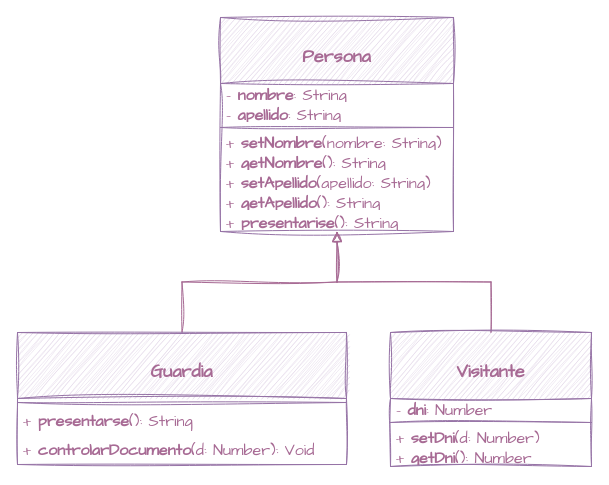
This is bootsrap/src/Ejercicios POO/8_12_guardia_visitante/11_persona_guardia_visitante.drawio from Elianayc/Typescript, a draw.io file, before an edit. Source tidied: cells renumbered, new cells numbered last; positions are measured from the earlier drawing's top-left corner, leaving out a move shared by most shapes. Both pictures are drawn from the tidied source at 100%, with x=0, y=0 at pixel (17, 17).
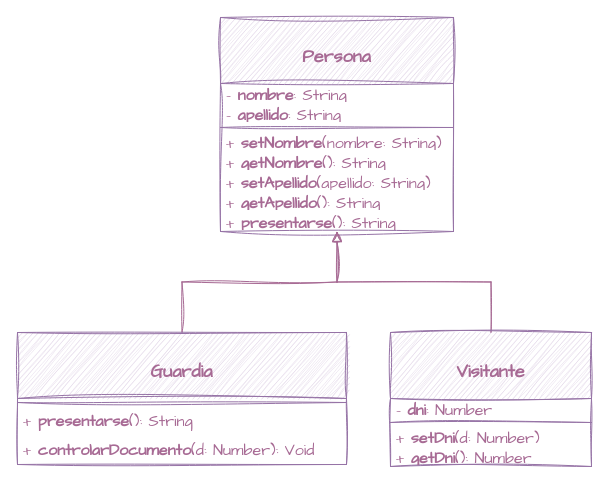
After the change.

Unchanged cells that the change refers to:
```xml
<mxCell id="2" value="&lt;font style=&quot;font-size: 18px;&quot;&gt;&lt;br&gt;&lt;/font&gt;&lt;div&gt;&lt;span style=&quot;font-size: 18px;&quot;&gt;&lt;b&gt;Persona&lt;/b&gt;&lt;/span&gt;&lt;/div&gt;" style="swimlane;fontStyle=0;align=center;verticalAlign=top;horizontal=1;startSize=66;html=1;whiteSpace=wrap;sketch=1;hachureGap=4;jiggle=2;curveFitting=1;strokeColor=#9673A6;fontFamily=Architects Daughter;fontSize=16;fontColor=#A76A94;fillColor=#e1d5e7;" parent="1" vertex="1">
  <mxGeometry x="203" width="233" height="214" as="geometry" />
</mxCell>
```

Diff of the diagram source:
```diff
@@
-    <mxCell id="10" value="+ &lt;b&gt;presentarise&lt;/b&gt;(): String" style="text;html=1;strokeColor=none;fillColor=none;align=left;verticalAlign=middle;spacingLeft=4;spacingRight=4;overflow=hidden;fontColor=#A76A94;whiteSpace=wrap;fontFamily=Architects Daughter;fontSize=16;fontStyle=0;horizontal=1;" parent="2" vertex="1">
+    <mxCell id="10" value="+ &lt;b&gt;presentarse&lt;/b&gt;(): String" style="text;html=1;strokeColor=none;fillColor=none;align=left;verticalAlign=middle;spacingLeft=4;spacingRight=4;overflow=hidden;fontColor=#A76A94;whiteSpace=wrap;fontFamily=Architects Daughter;fontSize=16;fontStyle=0;horizontal=1;" parent="2" vertex="1">
       <mxGeometry y="194" width="233" height="20" as="geometry" />
     </mxCell>
```
